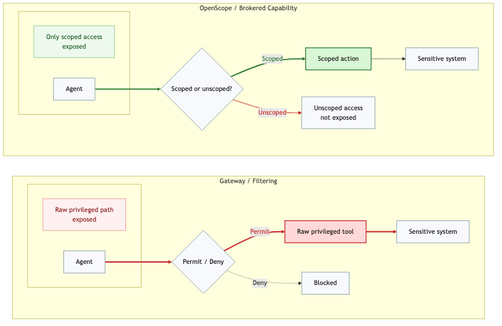
cylonix/openscope keeps this Mermaid diagram as docs/diagrams/filter_vs_scope.png. Above is the earlier version. Its source is kept beside it as docs/diagrams/filter_vs_scope.mmd. Its diagram source:
```mermaid
flowchart LR
    subgraph L["Gateway / Filtering"]
        direction LR

        subgraph LA[" "]
            direction TB
            N1["Raw privileged path<br/>exposed"]:::redNote
            A1["Agent"]:::neutral
        end

        G1{"Permit / Deny"}:::neutral
        T1["Raw privileged tool"]:::redNode
        R1["Sensitive system"]:::neutral
        X1["Blocked"]:::neutral

        A1 --> G1
        G1 -->|Permit| T1
        G1 -.->|Deny| X1
        T1 --> R1
    end

    subgraph R["OpenScope / Brokered Capability"]
        direction LR

        subgraph RA[" "]
            direction TB
            N2["Only scoped access<br/>exposed"]:::greenNote
            A2["Agent"]:::neutral
        end

        O1{"Scoped or unscoped?"}:::neutral
        S2["Scoped action"]:::greenNode
        X2["Unscoped access<br/>not exposed"]:::neutral
        R2["Sensitive system"]:::neutral

        A2 --> O1
        O1 -->|Scoped| S2
        O1 -.->|Unscoped| X2
        S2 --> R2
    end

    linkStyle 0 stroke:#c62828,stroke-width:3px,color:#c62828
    linkStyle 1 stroke:#c62828,stroke-width:3px,color:#c62828
    linkStyle 3 stroke:#c62828,stroke-width:3px,color:#c62828
    linkStyle 4 stroke:#2e7d32,stroke-width:3px,color:#2e7d32
    linkStyle 5 stroke:#2e7d32,stroke-width:3px,color:#2e7d32
    linkStyle 6 stroke:#c62828,stroke-width:3px,color:#c62828

    classDef redNote fill:#fff1f1,stroke:#e57373,stroke-width:1px,color:#8a1c1c;
    classDef greenNote fill:#eef9ee,stroke:#66bb6a,stroke-width:1px,color:#1b5e20;
    classDef redNode fill:#ffd9d9,stroke:#c62828,stroke-width:2px,color:#111;
    classDef greenNode fill:#d9f7d6,stroke:#2e7d32,stroke-width:2px,color:#111;
    classDef neutral fill:#f7f9fc,stroke:#90a4ae,stroke-width:1.5px,color:#111;
    style L fill:transparent,stroke:#cbd5e1,stroke-width:1px
    style R fill:transparent,stroke:#cbd5e1,stroke-width:1px
    style LA fill:transparent,stroke:transparent
    style RA fill:transparent,stroke:transparent
```
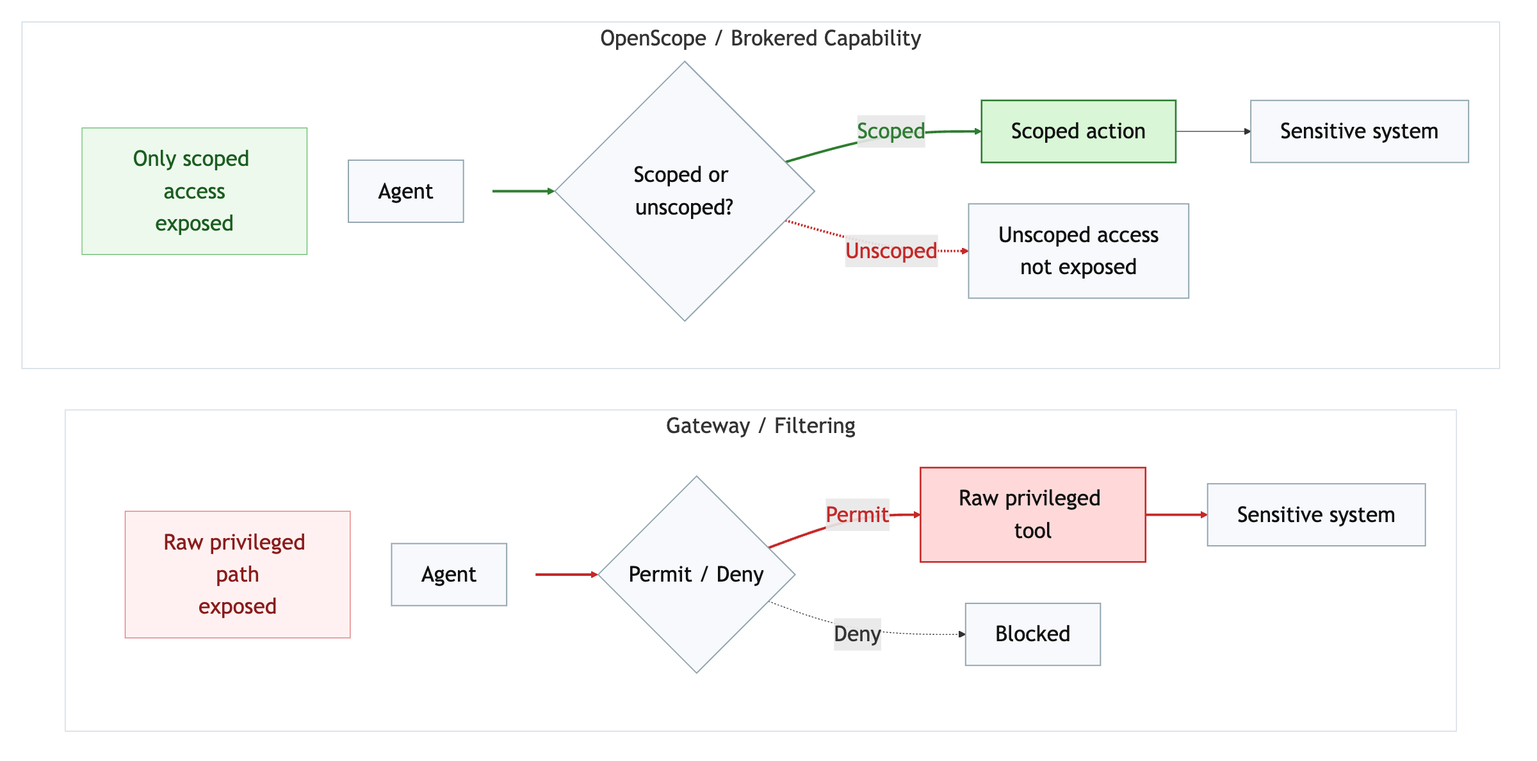
The same diagram one commit later.

Commit message:
docs: refresh CLAUDE.md snippet and filter-vs-scope diagram

What changed in the source:
```diff
@@ -1,3 +1,4 @@
+%%{init: {"theme":"default","themeVariables":{"fontSize":"26px"},"flowchart":{"htmlLabels":true,"padding":18}}}%%
 flowchart LR
     subgraph L["Gateway / Filtering"]
         direction LR
```
